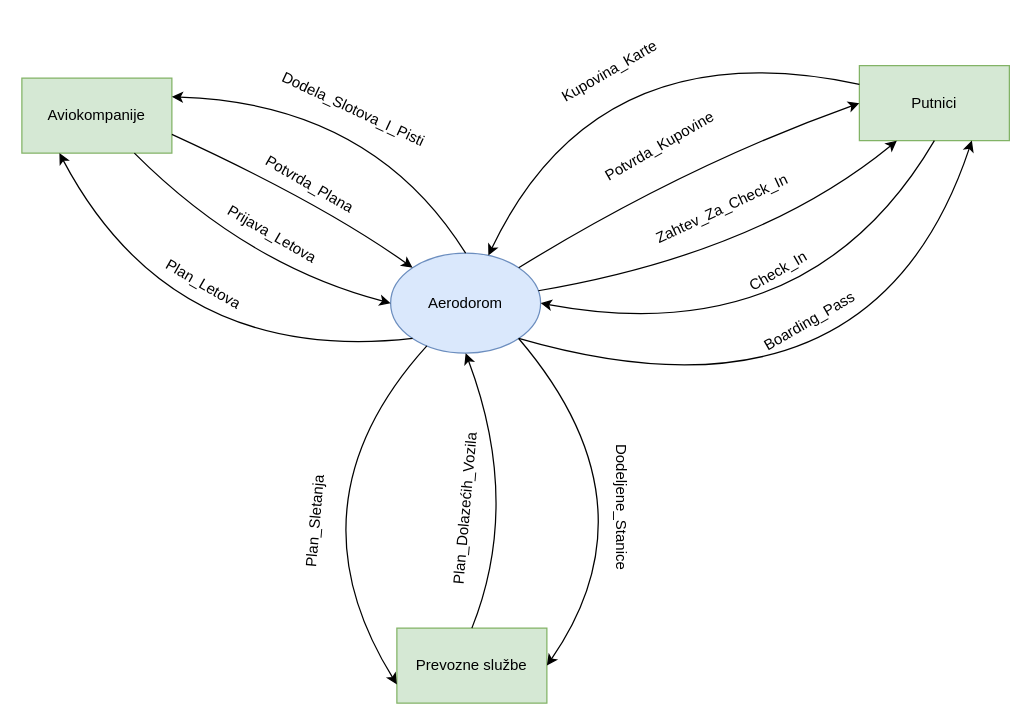
Above: page "Page-1" (1 of 2) of AerodromIIS.drawio in ssavic14322rn/Aerodrom_IIS (draw.io), before the change. Source tidied: cells renumbered, new cells numbered last; positions are measured from the earlier drawing's top-left corner, leaving out a move shared by most shapes. Both pictures are drawn from the tidied source at 125%, with x=0, y=0 at pixel (21, 28).
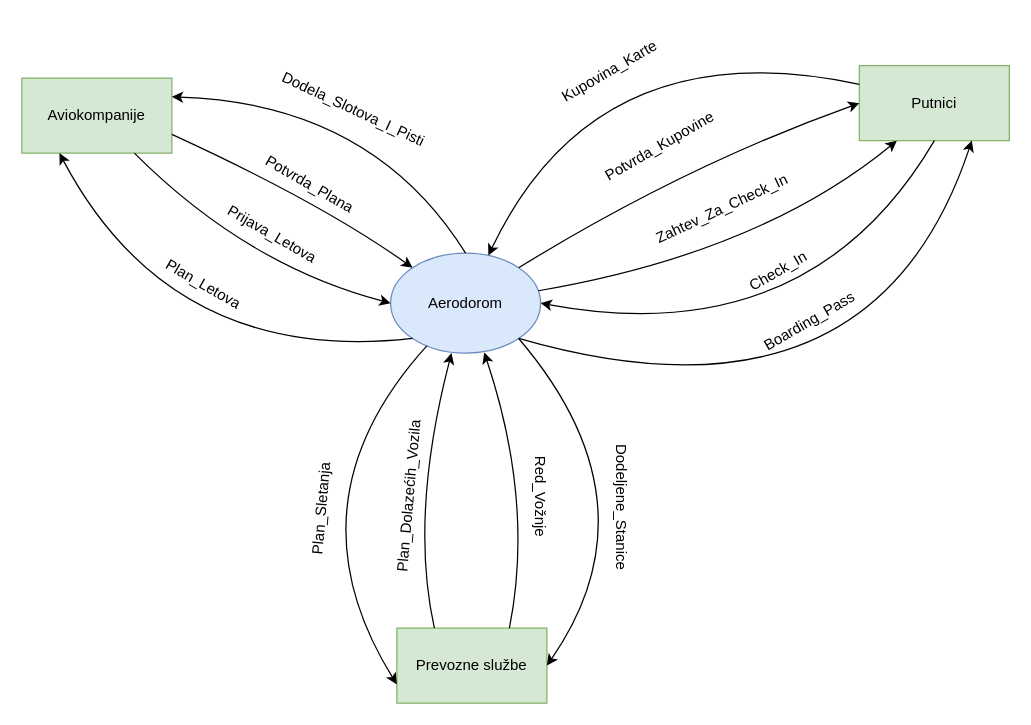
Above is the later version.

Unchanged cells that the change refers to:
```xml
<mxCell id="2" value="Aerodorom" style="ellipse;whiteSpace=wrap;html=1;fillColor=#dae8fc;strokeColor=#6c8ebf;" parent="1" vertex="1">
  <mxGeometry x="295" y="180" width="120" height="80" as="geometry" />
</mxCell>
<mxCell id="5" value="Prevozne službe" style="rounded=0;whiteSpace=wrap;html=1;fillColor=#d5e8d4;strokeColor=#82b366;" parent="1" vertex="1">
  <mxGeometry x="300" y="480" width="120" height="60" as="geometry" />
</mxCell>
```

The edit, as a diff of the source:
```diff
@@
-    <mxCell id="14" style="curved=1;endArrow=classic;html=1;rounded=0;exitX=0.5;exitY=0;exitDx=0;exitDy=0;entryX=0.5;entryY=1;entryDx=0;entryDy=0;" parent="1" edge="1" source="5" target="2">
+    <mxCell id="14" style="curved=1;endArrow=classic;html=1;rounded=0;exitX=0.25;exitY=0;exitDx=0;exitDy=0;entryX=0.406;entryY=1;entryDx=0;entryDy=0;entryPerimeter=0;" parent="1" edge="1" source="5" target="2">
       <mxGeometry relative="1" as="geometry">
         <Array as="points">
-          <mxPoint x="400" y="380" />
+          <mxPoint x="310" y="390" />
         </Array>
       </mxGeometry>
     </mxCell>
     <mxCell id="15" value="Plan_Dolazećih_Vozila" style="text;html=1;align=center;verticalAlign=middle;strokeColor=none;fillColor=none;rotation=-85;" parent="1" vertex="1">
-      <mxGeometry x="280" y="370" width="150" height="30" as="geometry" />
+      <mxGeometry x="235" y="360" width="150" height="30" as="geometry" />
     </mxCell>
@@
     <mxCell id="17" value="Plan_Sletanja" style="text;html=1;align=center;verticalAlign=middle;strokeColor=none;fillColor=none;rotation=-85;" parent="1" vertex="1">
-      <mxGeometry x="185" y="380" width="100" height="30" as="geometry" />
+      <mxGeometry x="190" y="370" width="100" height="30" as="geometry" />
     </mxCell>
@@
+    <mxCell id="30" style="curved=1;endArrow=classic;html=1;rounded=0;entryX=0.624;entryY=0.993;entryDx=0;entryDy=0;entryPerimeter=0;exitX=0.75;exitY=0;exitDx=0;exitDy=0;" parent="1" edge="1" source="5" target="2">
+      <mxGeometry relative="1" as="geometry">
+        <Array as="points">
+          <mxPoint x="410" y="380" />
+        </Array>
+      </mxGeometry>
+    </mxCell>
+    <mxCell id="31" value="Red_Vožnje" style="text;html=1;align=center;verticalAlign=middle;whiteSpace=wrap;rounded=0;rotation=90;" parent="1" vertex="1">
+      <mxGeometry x="385" y="360" width="60" height="30" as="geometry" />
+    </mxCell>
```
